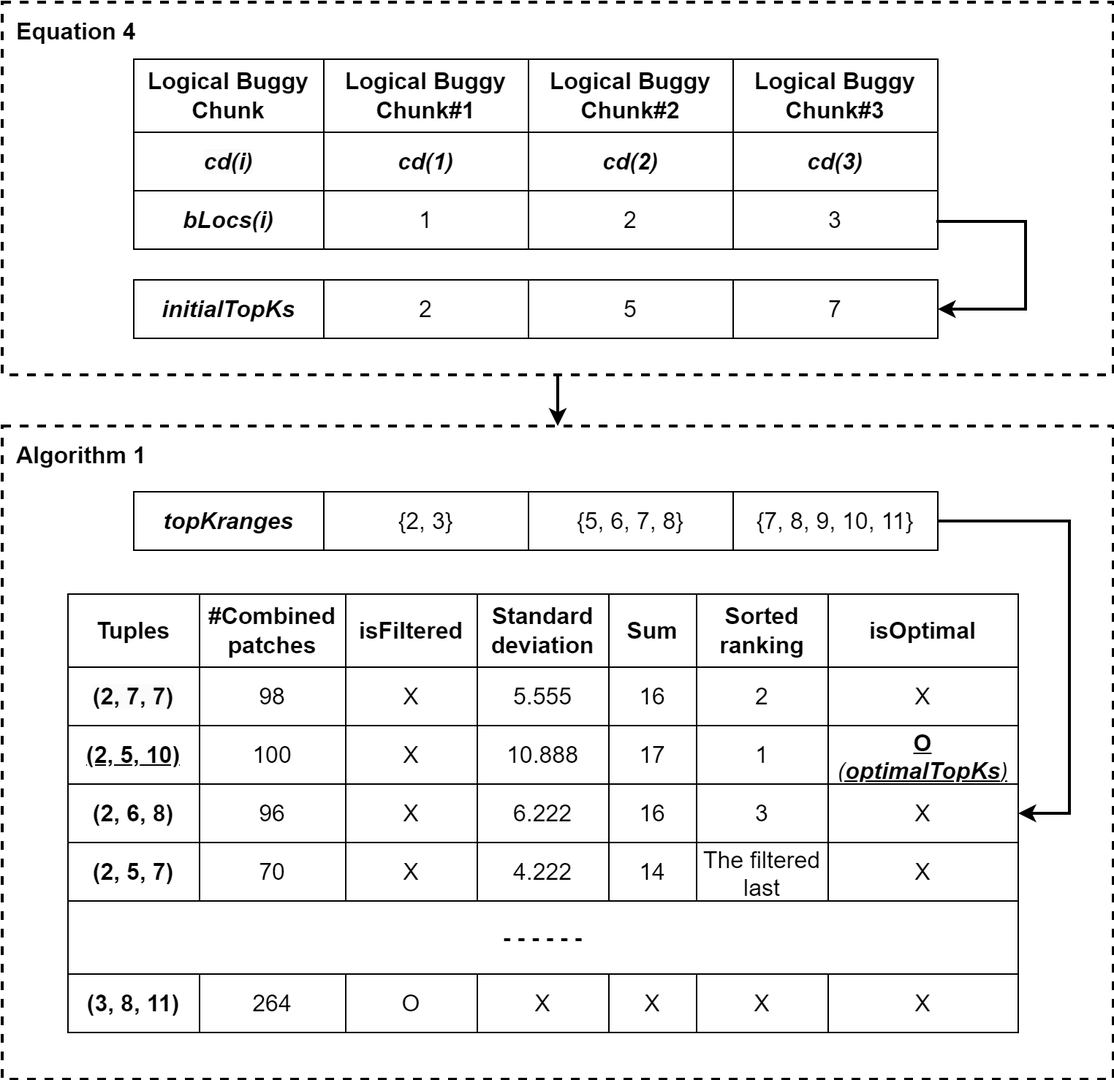
Above: figures/Figure11.png in kimjisung78/MCRepair-Plus-Plus (draw.io), before the change. Source tidied: cells renumbered, new cells last; positions are measured from the earlier drawing's top-left corner, leaving out a move shared by most shapes.
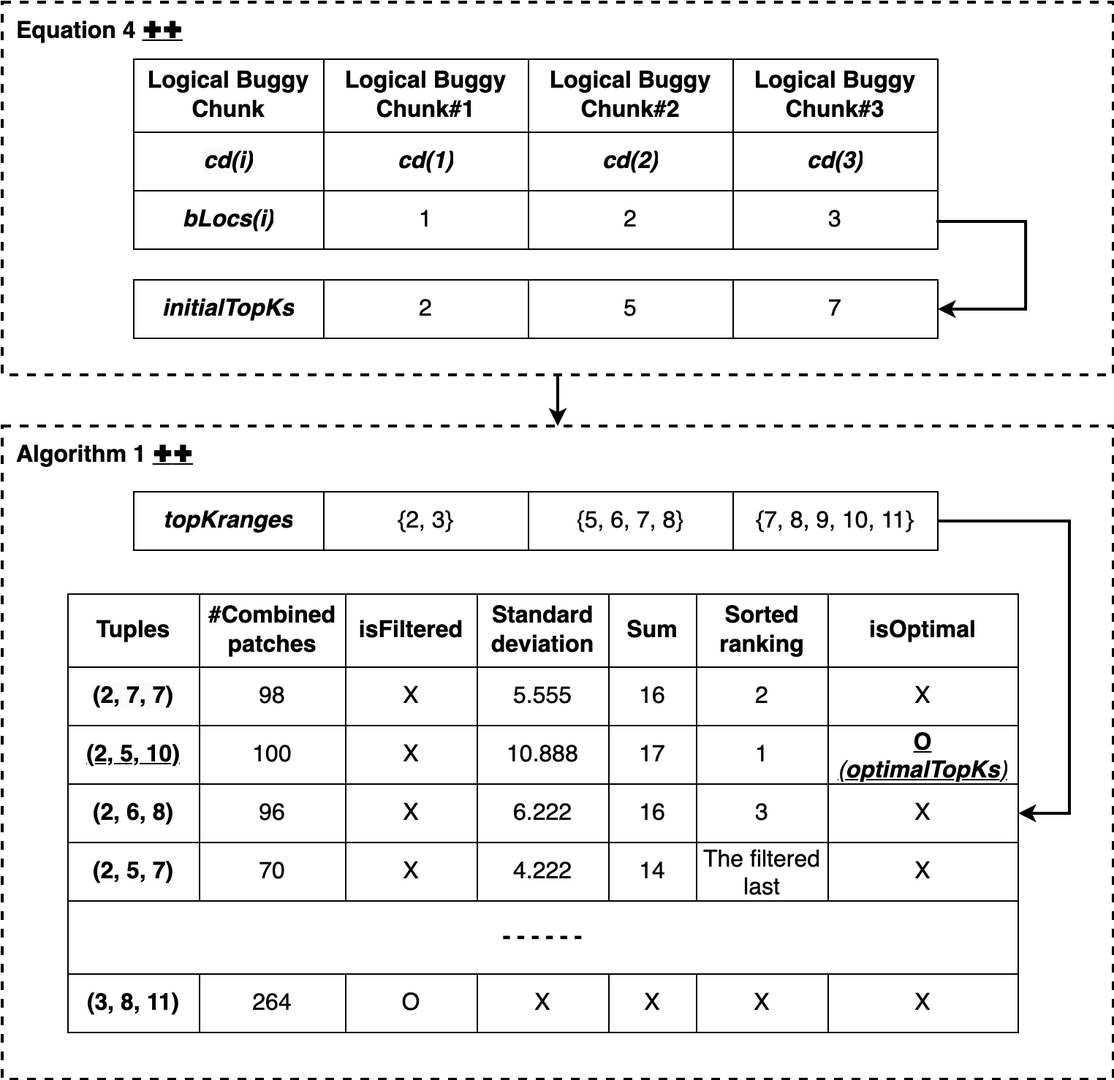
After the commit.

What changed in the source:
```diff
@@ -2,10 +2,10 @@
   <root>
     <mxCell id="0" />
     <mxCell id="1" parent="0" />
-    <mxCell id="2" value="Algorithm 1" style="rounded=0;whiteSpace=wrap;html=1;fontSize=16;fillColor=none;dashed=1;strokeWidth=2;verticalAlign=top;align=left;fontStyle=1;spacingLeft=8;spacingTop=4;" parent="1" vertex="1">
+    <mxCell id="2" value="Algorithm 1&amp;nbsp;&lt;u style=&quot;text-align: center; background-color: initial; font-weight: 400;&quot;&gt;&lt;font style=&quot;font-size: 16px;&quot;&gt;✚&lt;/font&gt;&lt;/u&gt;&lt;u style=&quot;background-color: initial; text-align: center; font-weight: 400;&quot;&gt;✚&lt;/u&gt;" style="rounded=0;whiteSpace=wrap;html=1;fontSize=16;fillColor=none;dashed=1;strokeWidth=2;verticalAlign=top;align=left;fontStyle=1;spacingLeft=8;spacingTop=4;" parent="1" vertex="1">
       <mxGeometry y="290" width="760" height="447" as="geometry" />
     </mxCell>
-    <mxCell id="3" value="&lt;b&gt;Equation 4&lt;/b&gt;" style="rounded=0;whiteSpace=wrap;html=1;fontSize=16;fillColor=none;dashed=1;strokeWidth=2;verticalAlign=top;align=left;spacingLeft=8;spacingTop=4;" parent="1" vertex="1">
+    <mxCell id="3" value="&lt;b&gt;Equation 4&amp;nbsp;&lt;/b&gt;&lt;u style=&quot;background-color: initial; text-align: center;&quot;&gt;✚&lt;/u&gt;&lt;u style=&quot;background-color: initial; text-align: center;&quot;&gt;✚&lt;/u&gt;" style="rounded=0;whiteSpace=wrap;html=1;fontSize=16;fillColor=none;dashed=1;strokeWidth=2;verticalAlign=top;align=left;spacingLeft=8;spacingTop=4;" parent="1" vertex="1">
       <mxGeometry width="760" height="255" as="geometry" />
     </mxCell>
     <mxCell id="4" style="shape=table;html=1;whiteSpace=wrap;startSize=0;strokeColor=default;separatorColor=#000000;strokeWidth=1;fontSize=16;" parent="1" vertex="1">
```
